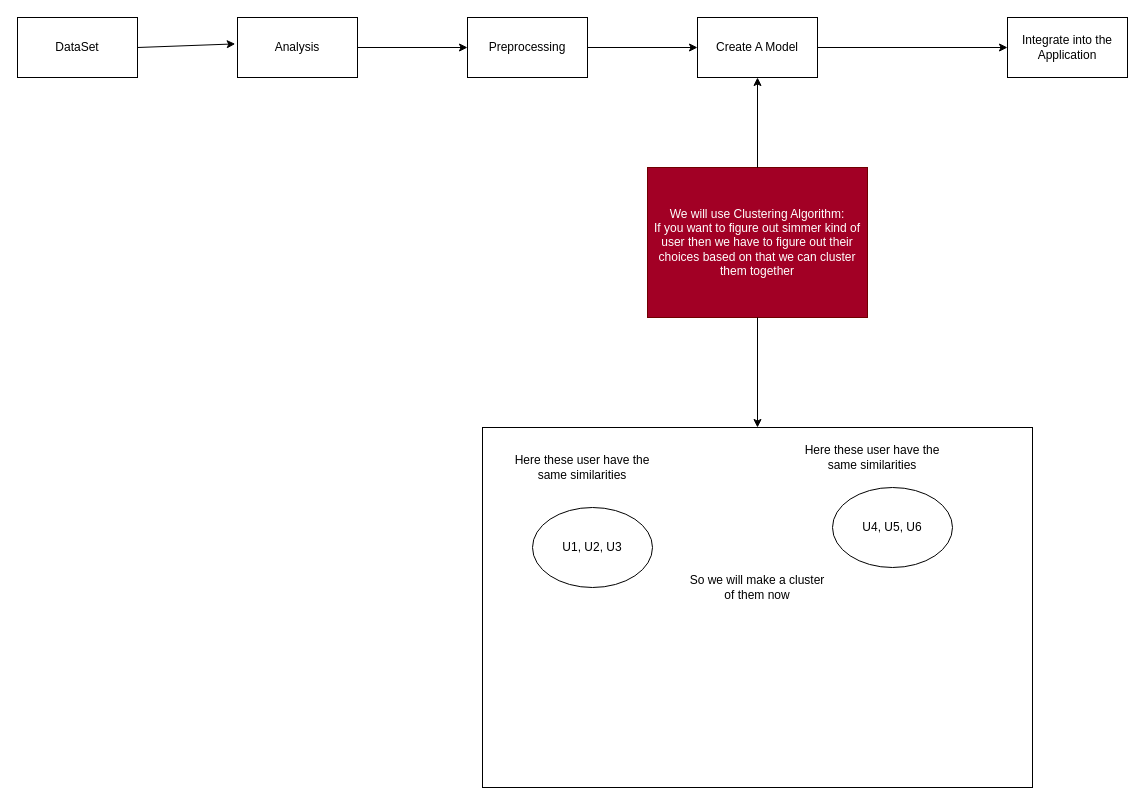
The draw.io diagram page "Vehicle Recommendation" (9 of 10) of design.drawio in roman-ojha/journey, before the edit. Source tidied: cells renumbered, new cells numbered last; positions are measured from the earlier drawing's top-left corner, leaving out a move shared by most shapes. Both pictures are drawn from the tidied source at 100%, with x=0, y=0 at pixel (17, 17).
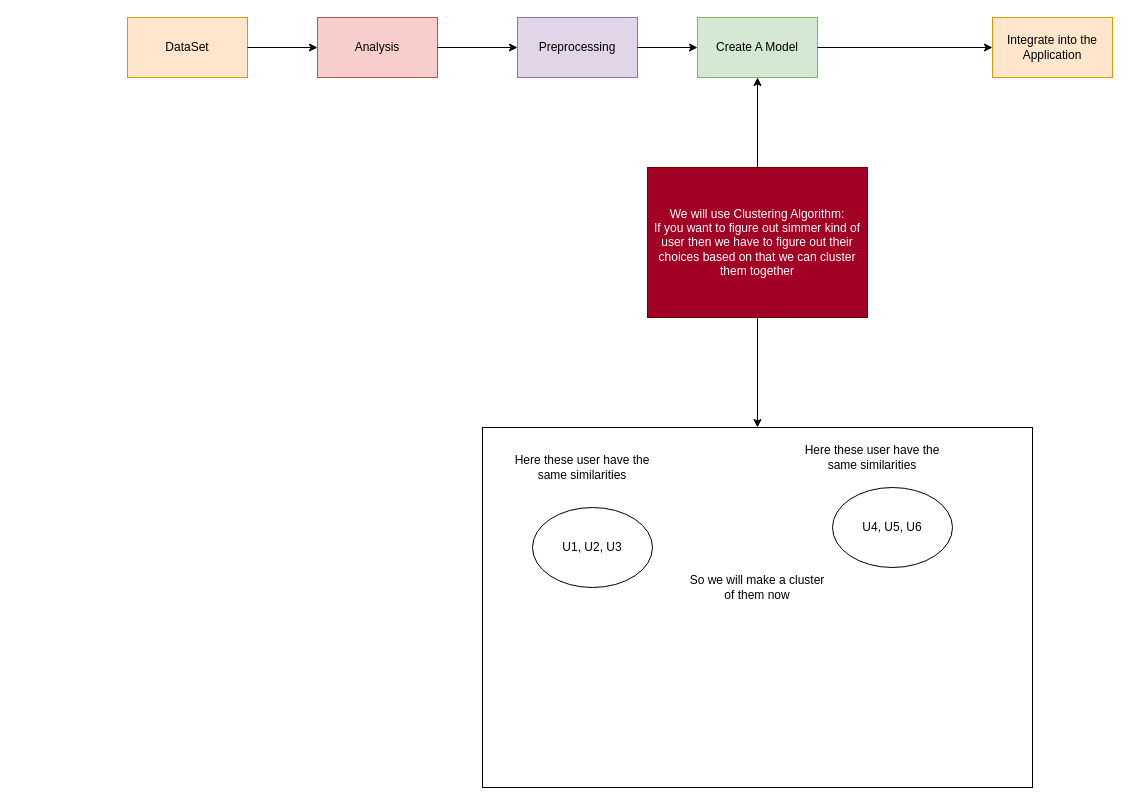
The same diagram, later.

What changed in the source:
```diff
@@
 <mxGraphModel>
   <root>
     <mxCell id="0" />
     <mxCell id="1" parent="0" />
-    <mxCell id="2" value="DataSet" style="rounded=0;whiteSpace=wrap;html=1;" parent="1" vertex="1">
-      <mxGeometry width="120" height="60" as="geometry" />
+    <mxCell id="2" value="DataSet" style="rounded=0;whiteSpace=wrap;html=1;fillColor=#ffe6cc;strokeColor=#d79b00;" parent="1" vertex="1">
+      <mxGeometry x="110" width="120" height="60" as="geometry" />
     </mxCell>
-    <mxCell id="3" value="Analysis" style="rounded=0;whiteSpace=wrap;html=1;" parent="1" vertex="1">
-      <mxGeometry x="220" width="120" height="60" as="geometry" />
+    <mxCell id="3" value="Analysis" style="rounded=0;whiteSpace=wrap;html=1;fillColor=#f8cecc;strokeColor=#b85450;" parent="1" vertex="1">
+      <mxGeometry x="300" width="120" height="60" as="geometry" />
     </mxCell>
-    <mxCell id="4" value="Preprocessing" style="rounded=0;whiteSpace=wrap;html=1;" parent="1" vertex="1">
-      <mxGeometry x="450" width="120" height="60" as="geometry" />
+    <mxCell id="4" value="Preprocessing" style="rounded=0;whiteSpace=wrap;html=1;fillColor=#e1d5e7;strokeColor=#9673a6;" parent="1" vertex="1">
+      <mxGeometry x="500" width="120" height="60" as="geometry" />
     </mxCell>
-    <mxCell id="5" value="Create A Model" style="rounded=0;whiteSpace=wrap;html=1;" parent="1" vertex="1">
+    <mxCell id="5" value="Create A Model" style="rounded=0;whiteSpace=wrap;html=1;fillColor=#d5e8d4;strokeColor=#82b366;" parent="1" vertex="1">
       <mxGeometry x="680" width="120" height="60" as="geometry" />
     </mxCell>
-    <mxCell id="6" style="endArrow=classic;html=1;rounded=0;exitX=1;exitY=0.5;exitDx=0;exitDy=0;entryX=-0.019;entryY=0.44;entryDx=0;entryDy=0;entryPerimeter=0;" parent="1" edge="1" source="2" target="3">
+    <mxCell id="6" style="endArrow=classic;html=1;rounded=0;exitX=1;exitY=0.5;exitDx=0;exitDy=0;entryX=0;entryY=0.5;entryDx=0;entryDy=0;" parent="1" edge="1" source="2" target="3">
       <mxGeometry relative="1" as="geometry" />
     </mxCell>
     <mxCell id="7" style="endArrow=classic;html=1;rounded=0;exitX=1;exitY=0.5;exitDx=0;exitDy=0;entryX=0;entryY=0.5;entryDx=0;entryDy=0;" parent="1" edge="1" source="3" target="4">
       <mxGeometry relative="1" as="geometry" />
     </mxCell>
     <mxCell id="8" style="endArrow=classic;html=1;rounded=0;exitX=1;exitY=0.5;exitDx=0;exitDy=0;" parent="1" edge="1" source="4" target="5">
       <mxGeometry relative="1" as="geometry" />
     </mxCell>
-    <mxCell id="9" value="Integrate into the Application" style="rounded=0;whiteSpace=wrap;html=1;" parent="1" vertex="1">
-      <mxGeometry x="990" width="120" height="60" as="geometry" />
+    <mxCell id="9" value="Integrate into the Application" style="rounded=0;whiteSpace=wrap;html=1;fillColor=#ffe6cc;strokeColor=#d79b00;" parent="1" vertex="1">
+      <mxGeometry x="975" width="120" height="60" as="geometry" />
     </mxCell>
     <mxCell id="10" value="We will use Clustering Algorithm:&lt;br&gt;If you want to figure out simmer kind of user then we have to figure out their choices based on that we can cluster them together" style="rounded=0;whiteSpace=wrap;html=1;fillColor=#a20025;fontColor=#ffffff;strokeColor=#6F0000;" parent="1" vertex="1">
       <mxGeometry x="630" y="150" width="220" height="150" as="geometry" />
     </mxCell>
     <mxCell id="11" style="endArrow=classic;html=1;rounded=0;exitX=0.5;exitY=0;exitDx=0;exitDy=0;entryX=0.5;entryY=1;entryDx=0;entryDy=0;" parent="1" edge="1" source="10" target="5">
       <mxGeometry relative="1" as="geometry" />
     </mxCell>
     <mxCell id="12" style="rounded=0;whiteSpace=wrap;html=1;" parent="1" vertex="1">
       <mxGeometry x="465" y="410" width="550" height="360" as="geometry" />
     </mxCell>
     <mxCell id="13" value="U1, U2, U3" style="ellipse;whiteSpace=wrap;html=1;" parent="1" vertex="1">
       <mxGeometry x="515" y="490" width="120" height="80" as="geometry" />
     </mxCell>
     <mxCell id="14" value="U4, U5, U6" style="ellipse;whiteSpace=wrap;html=1;" parent="1" vertex="1">
       <mxGeometry x="815" y="470" width="120" height="80" as="geometry" />
     </mxCell>
     <mxCell id="15" value="Here these user have the same similarities" style="text;html=1;strokeColor=none;fillColor=none;align=center;verticalAlign=middle;whiteSpace=wrap;rounded=0;" parent="1" vertex="1">
       <mxGeometry x="495" y="430" width="140" height="40" as="geometry" />
     </mxCell>
     <mxCell id="16" value="Here these user have the same similarities" style="text;html=1;strokeColor=none;fillColor=none;align=center;verticalAlign=middle;whiteSpace=wrap;rounded=0;" parent="1" vertex="1">
       <mxGeometry x="785" y="420" width="140" height="40" as="geometry" />
     </mxCell>
     <mxCell id="17" value="So we will make a cluster of them now" style="text;html=1;strokeColor=none;fillColor=none;align=center;verticalAlign=middle;whiteSpace=wrap;rounded=0;" parent="1" vertex="1">
       <mxGeometry x="670" y="550" width="140" height="40" as="geometry" />
     </mxCell>
     <mxCell id="18" style="endArrow=classic;html=1;rounded=0;exitX=0.5;exitY=1;exitDx=0;exitDy=0;entryX=0.5;entryY=0;entryDx=0;entryDy=0;" parent="1" edge="1" source="10" target="12">
       <mxGeometry relative="1" as="geometry" />
     </mxCell>
     <mxCell id="19" style="endArrow=classic;html=1;rounded=0;exitX=1;exitY=0.5;exitDx=0;exitDy=0;entryX=0;entryY=0.5;entryDx=0;entryDy=0;" parent="1" edge="1" source="5" target="9">
       <mxGeometry relative="1" as="geometry" />
     </mxCell>
   </root>
 </mxGraphModel>
```
